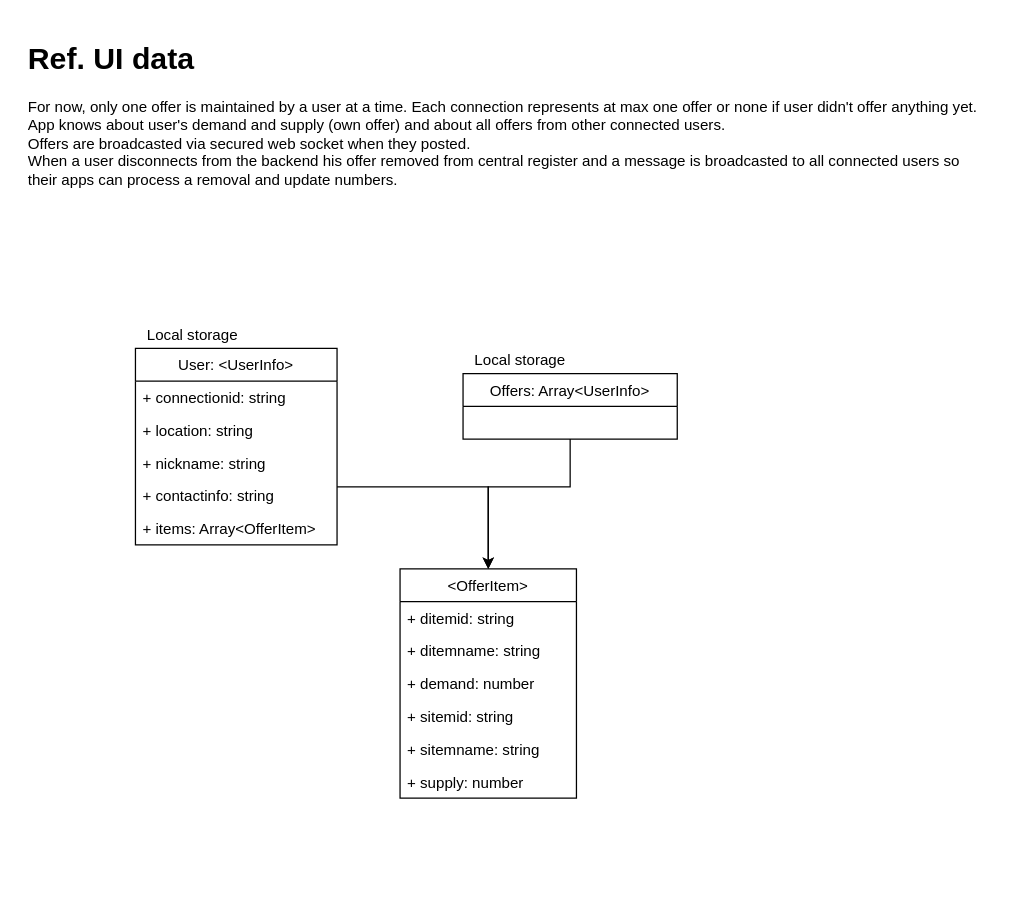
cptn-solo/edmarketplace keeps this draw.io diagram as page "Datamodel" (2 of 7) of specs/Overview.drawio. Above is the earlier version. Source tidied: cells renumbered, new cells numbered last; positions are measured from the earlier drawing's top-left corner, leaving out a move shared by most shapes. Both pictures are drawn from the tidied source at 126%, with x=0, y=0 at pixel (21, 34).
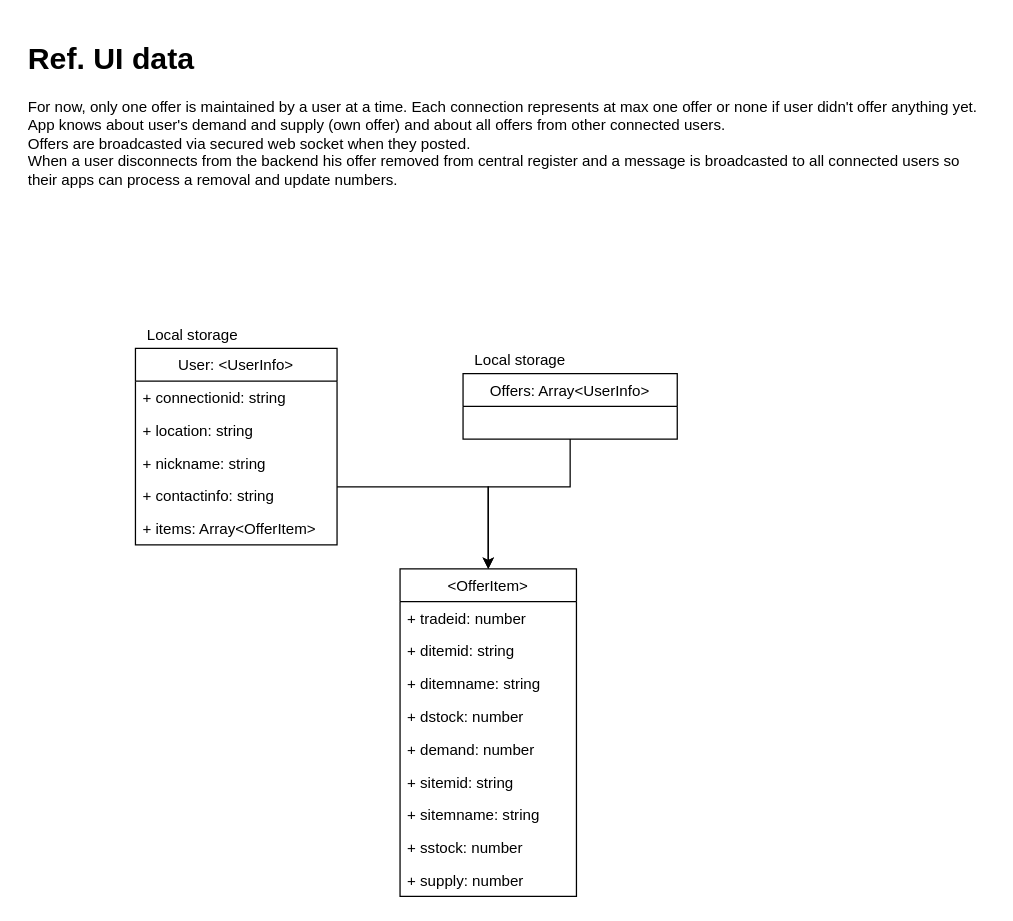
The same page after the edit.

Commit message:
#6 Trade item model

What changed in the source:
```diff
@@
     <mxCell id="11" value="&lt;OfferItem&gt;" style="swimlane;fontStyle=0;horizontal=1;startSize=26;fillColor=none;" parent="1" vertex="1">
-      <mxGeometry x="300" y="424" width="140" height="182" as="geometry" />
+      <mxGeometry x="300" y="424" width="140" height="260" as="geometry" />
     </mxCell>
+    <mxCell id="21" value="+ tradeid: number" style="text;strokeColor=none;fillColor=none;align=left;verticalAlign=top;spacingLeft=4;spacingRight=4;overflow=hidden;" parent="11" vertex="1">
+      <mxGeometry y="26" width="140" height="26" as="geometry" />
+    </mxCell>
     <mxCell id="12" value="+ ditemid: string" style="text;strokeColor=none;fillColor=none;align=left;verticalAlign=top;spacingLeft=4;spacingRight=4;overflow=hidden;" parent="11" vertex="1">
-      <mxGeometry y="26" width="140" height="26" as="geometry" />
+      <mxGeometry y="52" width="140" height="26" as="geometry" />
     </mxCell>
     <mxCell id="13" value="+ ditemname: string" style="text;strokeColor=none;fillColor=none;align=left;verticalAlign=top;spacingLeft=4;spacingRight=4;overflow=hidden;" parent="11" vertex="1">
-      <mxGeometry y="52" width="140" height="26" as="geometry" />
+      <mxGeometry y="78" width="140" height="26" as="geometry" />
     </mxCell>
+    <mxCell id="22" value="+ dstock: number" style="text;strokeColor=none;fillColor=none;align=left;verticalAlign=top;spacingLeft=4;spacingRight=4;overflow=hidden;" parent="11" vertex="1">
+      <mxGeometry y="104" width="140" height="26" as="geometry" />
+    </mxCell>
     <mxCell id="14" value="+ demand: number" style="text;strokeColor=none;fillColor=none;align=left;verticalAlign=top;spacingLeft=4;spacingRight=4;overflow=hidden;" parent="11" vertex="1">
-      <mxGeometry y="78" width="140" height="26" as="geometry" />
+      <mxGeometry y="130" width="140" height="26" as="geometry" />
     </mxCell>
     <mxCell id="15" value="+ sitemid: string" style="text;strokeColor=none;fillColor=none;align=left;verticalAlign=top;spacingLeft=4;spacingRight=4;overflow=hidden;" parent="11" vertex="1">
-      <mxGeometry y="104" width="140" height="26" as="geometry" />
+      <mxGeometry y="156" width="140" height="26" as="geometry" />
     </mxCell>
     <mxCell id="16" value="+ sitemname: string" style="text;strokeColor=none;fillColor=none;align=left;verticalAlign=top;spacingLeft=4;spacingRight=4;overflow=hidden;" parent="11" vertex="1">
-      <mxGeometry y="130" width="140" height="26" as="geometry" />
+      <mxGeometry y="182" width="140" height="26" as="geometry" />
     </mxCell>
+    <mxCell id="23" value="+ sstock: number" style="text;strokeColor=none;fillColor=none;align=left;verticalAlign=top;spacingLeft=4;spacingRight=4;overflow=hidden;" parent="11" vertex="1">
+      <mxGeometry y="208" width="140" height="26" as="geometry" />
+    </mxCell>
     <mxCell id="17" value="+ supply: number" style="text;strokeColor=none;fillColor=none;align=left;verticalAlign=top;spacingLeft=4;spacingRight=4;overflow=hidden;" parent="11" vertex="1">
-      <mxGeometry y="156" width="140" height="26" as="geometry" />
+      <mxGeometry y="234" width="140" height="26" as="geometry" />
     </mxCell>
```
